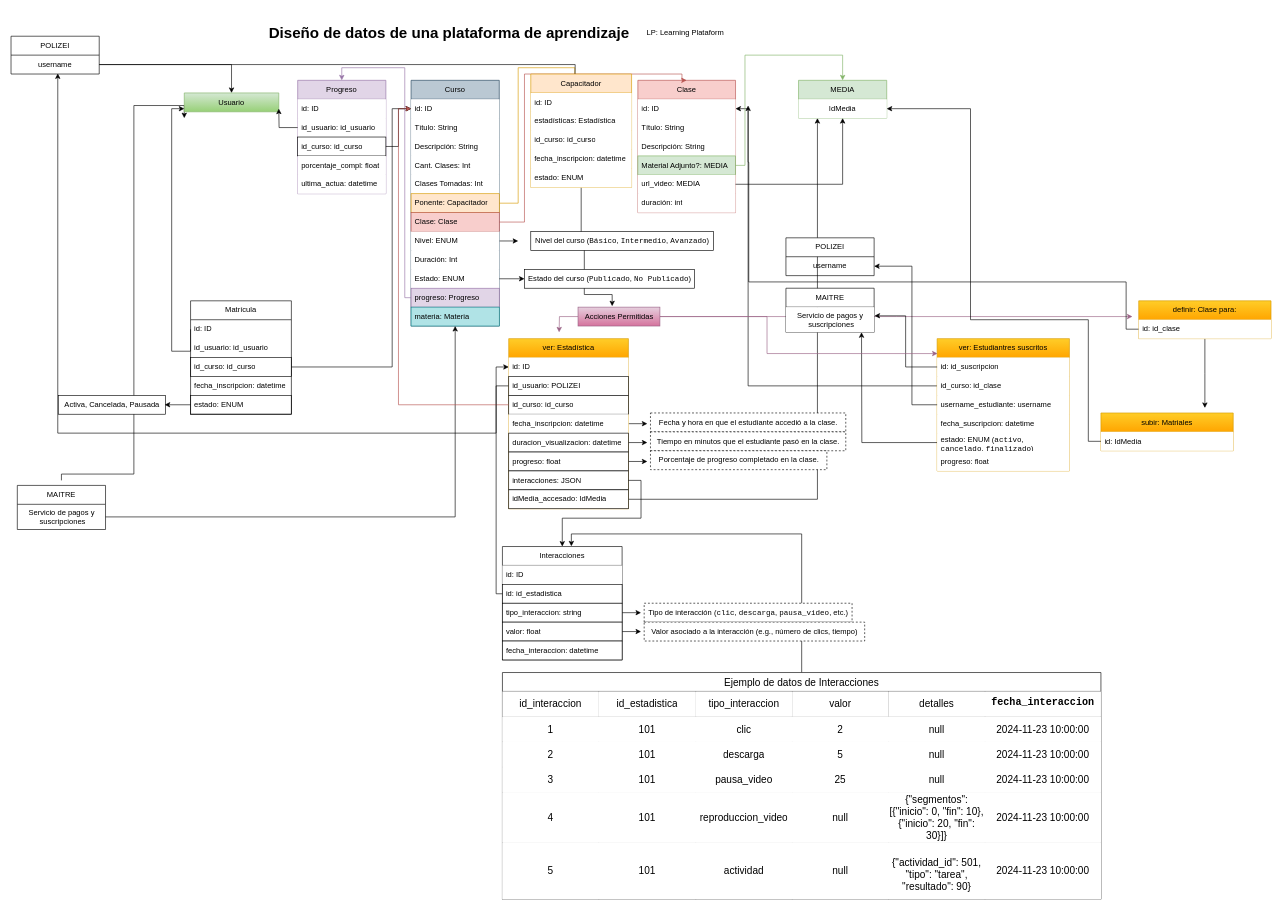
Before: Diagrama sin título.drawio in dacaza3812/3, a draw.io diagram. Source tidied: cells renumbered, new cells numbered last; positions are measured from the earlier drawing's top-left corner, leaving out a move shared by most shapes. Both pictures are drawn from the tidied source at 63%, with x=0, y=0 at pixel (11, 11).
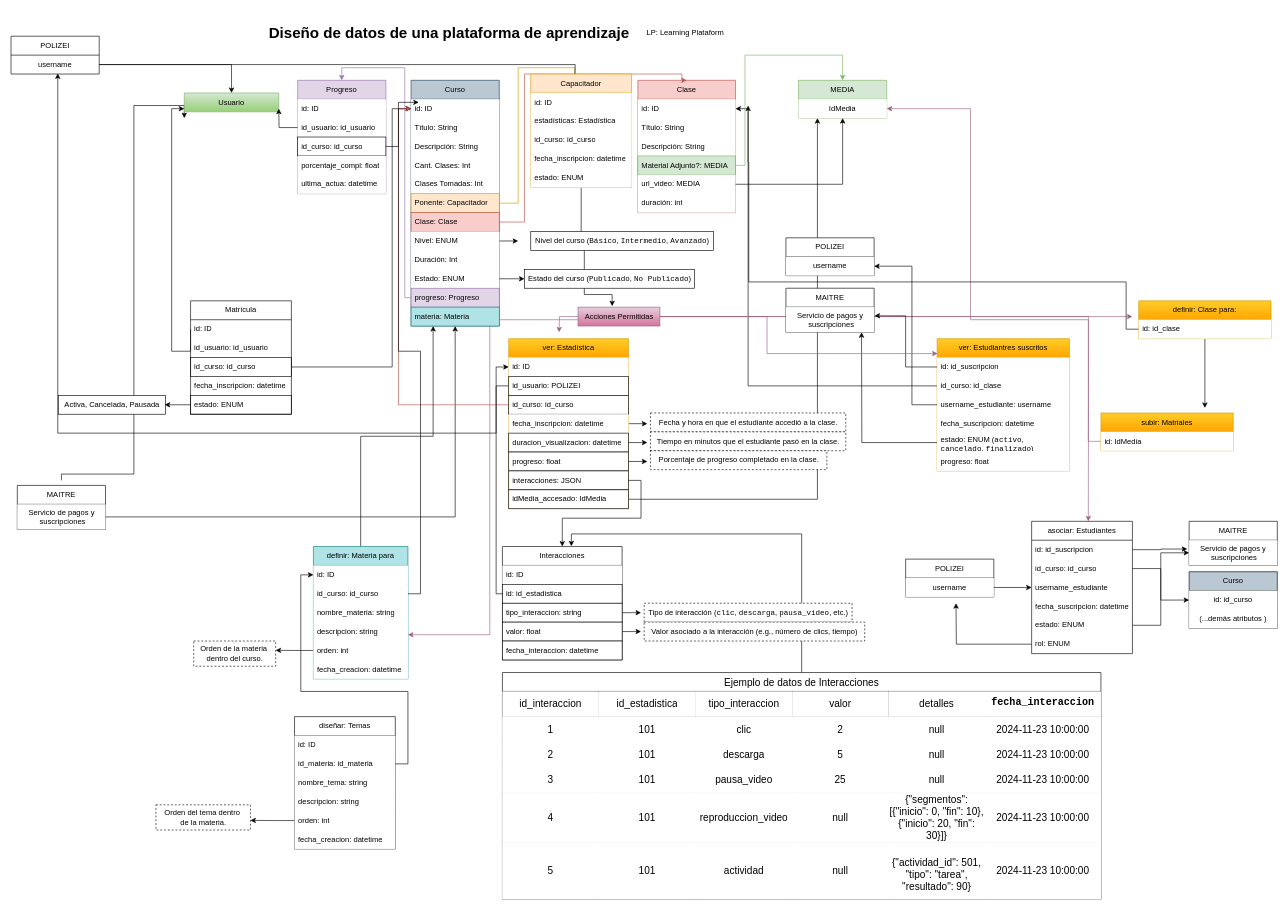
Above is the later version.

The change refers to these unchanged cells:
```xml
<mxCell id="9" value="Curso" style="swimlane;fontStyle=0;horizontal=1;startSize=30;whiteSpace=wrap;html=1;fillColor=#bac8d3;strokeColor=#23445d;" parent="1" vertex="1">
  <mxGeometry x="635" y="110" width="140" height="390" as="geometry" />
</mxCell>
<mxCell id="10" value="id: ID" style="text;strokeColor=none;fillColor=default;align=left;verticalAlign=middle;spacingLeft=4;spacingRight=4;overflow=hidden;points=[[0,0.5],[1,0.5]];portConstraint=eastwest;whiteSpace=wrap;html=1;" parent="9" vertex="1">
  <mxGeometry y="30" width="140" height="30" as="geometry" />
</mxCell>
<mxCell id="33" value="MEDIA" style="swimlane;fontStyle=0;horizontal=1;startSize=30;whiteSpace=wrap;html=1;fillColor=#d5e8d4;strokeColor=#82b366;" parent="1" vertex="1">
  <mxGeometry x="1250" y="110" width="140" height="60" as="geometry" />
</mxCell>
<mxCell id="64" value="MAITRE" style="swimlane;fontStyle=0;horizontal=1;startSize=30;whiteSpace=wrap;html=1;" parent="1" vertex="1">
  <mxGeometry x="10" y="753" width="140" height="70" as="geometry" />
</mxCell>
<mxCell id="146" value="Acciones Permitidas" style="text;html=1;align=center;verticalAlign=middle;points=[];strokeColor=#996185;fillColor=#e6d0de;gradientColor=#d5739d;" parent="1" vertex="1">
  <mxGeometry x="900" y="470" width="130" height="30" as="geometry" />
</mxCell>
<mxCell id="158" value="POLIZEI" style="swimlane;fontStyle=0;horizontal=1;startSize=30;whiteSpace=wrap;html=1;" parent="1" vertex="1">
  <mxGeometry x="1230" y="360" width="140" height="60" as="geometry" />
</mxCell>
<mxCell id="163" value="id: IdMedia" style="text;strokeColor=none;fillColor=default;align=left;verticalAlign=middle;spacingLeft=4;spacingRight=4;overflow=hidden;points=[[0,0.5],[1,0.5]];portConstraint=eastwest;whiteSpace=wrap;html=1;" parent="162" vertex="1">
  <mxGeometry y="30" width="210" height="30" as="geometry" />
</mxCell>
```

The edit, as a diff of the source:
```diff
@@
+    <mxCell id="170" style="edgeStyle=orthogonalEdgeStyle;rounded=0;orthogonalLoop=1;jettySize=auto;html=1;strokeColor=#996185;" parent="1" edge="1">
+      <mxGeometry relative="1" as="geometry">
+        <mxPoint x="900" y="490" as="sourcePoint" />
+        <mxPoint x="630" y="990" as="targetPoint" />
+        <Array as="points">
+          <mxPoint x="760" y="489.9" />
+          <mxPoint x="760" y="989.9" />
+        </Array>
+      </mxGeometry>
+    </mxCell>
@@
-    <mxCell id="65" value="Servicio de pagos y&lt;div&gt;&amp;nbsp;suscripciones&lt;/div&gt;" style="text;html=1;align=center;verticalAlign=middle;points=[];strokeColor=none;fillColor=none;" parent="64" vertex="1">
+    <mxCell id="65" value="Servicio de pagos y&lt;div&gt;&amp;nbsp;suscripciones&lt;/div&gt;" style="text;html=1;align=center;verticalAlign=middle;points=[];strokeColor=none;fillColor=default;" parent="64" vertex="1">
       <mxGeometry y="30" width="140" height="40" as="geometry" />
     </mxCell>
@@
+    <mxCell id="171" style="edgeStyle=orthogonalEdgeStyle;rounded=0;jettySize=auto;html=1;strokeColor=#996185;" parent="1" edge="1" source="146">
+      <mxGeometry relative="1" as="geometry">
+        <mxPoint x="1710" y="810" as="targetPoint" />
+      </mxGeometry>
+    </mxCell>
@@
-    <mxCell id="159" value="username" style="text;strokeColor=none;fillColor=none;align=center;verticalAlign=middle;spacingLeft=4;spacingRight=4;overflow=hidden;points=[[0,0.5],[1,0.5]];portConstraint=eastwest;whiteSpace=wrap;html=1;" parent="158" vertex="1">
+    <mxCell id="159" value="username" style="text;strokeColor=none;fillColor=default;align=center;verticalAlign=middle;spacingLeft=4;spacingRight=4;overflow=hidden;points=[[0,0.5],[1,0.5]];portConstraint=eastwest;whiteSpace=wrap;html=1;" parent="158" vertex="1">
       <mxGeometry y="30" width="140" height="30" as="geometry" />
     </mxCell>
@@
-    <mxCell id="164" style="edgeStyle=orthogonalEdgeStyle;rounded=0;jettySize=auto;html=1;exitX=0;exitY=0.5;exitDx=0;exitDy=0;entryX=1;entryY=0.75;entryDx=0;entryDy=0;" parent="1" edge="1" source="163" target="33">
+    <mxCell id="164" style="edgeStyle=orthogonalEdgeStyle;rounded=0;jettySize=auto;html=1;exitX=0;exitY=0.5;exitDx=0;exitDy=0;entryX=1;entryY=0.75;entryDx=0;entryDy=0;strokeColor=#996185;" parent="1" edge="1" source="163" target="33">
       <mxGeometry relative="1" as="geometry">
         <Array as="points">
           <mxPoint x="1710" y="683" />
           <mxPoint x="1710" y="490" />
           <mxPoint x="1523" y="490" />
           <mxPoint x="1523" y="155" />
         </Array>
       </mxGeometry>
     </mxCell>
@@
+    <mxCell id="172" style="edgeStyle=orthogonalEdgeStyle;rounded=0;jettySize=auto;html=1;exitX=0.5;exitY=0;exitDx=0;exitDy=0;entryX=0.25;entryY=1;entryDx=0;entryDy=0;" parent="1" edge="1" source="173" target="9">
+      <mxGeometry relative="1" as="geometry" />
+    </mxCell>
+    <mxCell id="173" value="definir: Materia para" style="swimlane;fontStyle=0;horizontal=1;startSize=30;whiteSpace=wrap;html=1;fillColor=#b0e3e6;strokeColor=#0e8088;" parent="1" vertex="1">
+      <mxGeometry x="480" y="850" width="150" height="210" as="geometry" />
+    </mxCell>
+    <mxCell id="174" value="id: ID" style="text;strokeColor=none;fillColor=default;align=left;verticalAlign=middle;spacingLeft=4;spacingRight=4;overflow=hidden;points=[[0,0.5],[1,0.5]];portConstraint=eastwest;whiteSpace=wrap;html=1;" parent="173" vertex="1">
+      <mxGeometry y="30" width="150" height="30" as="geometry" />
+    </mxCell>
+    <mxCell id="175" value="id_curso: id_curso" style="text;strokeColor=none;fillColor=default;align=left;verticalAlign=middle;spacingLeft=4;spacingRight=4;overflow=hidden;points=[[0,0.5],[1,0.5]];portConstraint=eastwest;whiteSpace=wrap;html=1;" parent="173" vertex="1">
+      <mxGeometry y="60" width="150" height="30" as="geometry" />
+    </mxCell>
+    <mxCell id="176" value="nombre_materia: string" style="text;strokeColor=none;fillColor=default;align=left;verticalAlign=middle;spacingLeft=4;spacingRight=4;overflow=hidden;whiteSpace=wrap;html=1;" parent="173" vertex="1">
+      <mxGeometry y="90" width="150" height="30" as="geometry" />
+    </mxCell>
+    <mxCell id="177" value="descripcion: string" style="text;strokeColor=none;fillColor=default;align=left;verticalAlign=middle;spacingLeft=4;spacingRight=4;overflow=hidden;whiteSpace=wrap;html=1;" parent="173" vertex="1">
+      <mxGeometry y="120" width="150" height="30" as="geometry" />
+    </mxCell>
+    <mxCell id="178" style="edgeStyle=orthogonalEdgeStyle;rounded=0;jettySize=auto;html=1;exitX=0;exitY=0.5;exitDx=0;exitDy=0;" parent="173" edge="1" source="179">
+      <mxGeometry relative="1" as="geometry">
+        <mxPoint x="-60" y="164.7" as="targetPoint" />
+      </mxGeometry>
+    </mxCell>
+    <mxCell id="179" value="orden: int" style="text;strokeColor=none;fillColor=default;align=left;verticalAlign=middle;spacingLeft=4;spacingRight=4;overflow=hidden;points=[[0,0.5],[1,0.5]];portConstraint=eastwest;whiteSpace=wrap;html=1;" parent="173" vertex="1">
+      <mxGeometry y="150" width="150" height="30" as="geometry" />
+    </mxCell>
+    <mxCell id="180" value="fecha_creacion: datetime" style="text;strokeColor=none;fillColor=default;align=left;verticalAlign=middle;spacingLeft=4;spacingRight=4;overflow=hidden;whiteSpace=wrap;html=1;" parent="173" vertex="1">
+      <mxGeometry y="180" width="150" height="30" as="geometry" />
+    </mxCell>
+    <mxCell id="181" style="edgeStyle=orthogonalEdgeStyle;rounded=0;jettySize=auto;html=1;exitX=1;exitY=0.5;exitDx=0;exitDy=0;entryX=0.087;entryY=0.165;entryDx=0;entryDy=0;entryPerimeter=0;" parent="1" edge="1" source="175" target="10">
+      <mxGeometry relative="1" as="geometry" />
+    </mxCell>
+    <mxCell id="182" value="Orden de la materia&amp;nbsp;&lt;div&gt;dentro del curso.&lt;/div&gt;" style="text;html=1;align=center;verticalAlign=middle;strokeColor=default;fillColor=default;dashed=1;" parent="1" vertex="1">
+      <mxGeometry x="290" y="1000" width="130" height="40" as="geometry" />
+    </mxCell>
+    <mxCell id="183" value="diseñar: Temas" style="swimlane;fontStyle=0;horizontal=1;startSize=30;whiteSpace=wrap;html=1;" parent="1" vertex="1">
+      <mxGeometry x="450" y="1120" width="160" height="210" as="geometry" />
+    </mxCell>
+    <mxCell id="184" value="id: ID" style="text;strokeColor=none;fillColor=default;align=left;verticalAlign=middle;spacingLeft=4;spacingRight=4;overflow=hidden;whiteSpace=wrap;html=1;" parent="183" vertex="1">
+      <mxGeometry y="30" width="160" height="30" as="geometry" />
+    </mxCell>
+    <mxCell id="185" value="id_materia:&amp;nbsp;id_materia" style="text;strokeColor=none;fillColor=default;align=left;verticalAlign=middle;spacingLeft=4;spacingRight=4;overflow=hidden;points=[[0,0.5],[1,0.5]];portConstraint=eastwest;whiteSpace=wrap;html=1;" parent="183" vertex="1">
+      <mxGeometry y="60" width="160" height="30" as="geometry" />
+    </mxCell>
+    <mxCell id="186" value="nombre_tema: string" style="text;strokeColor=none;fillColor=default;align=left;verticalAlign=middle;spacingLeft=4;spacingRight=4;overflow=hidden;whiteSpace=wrap;html=1;" parent="183" vertex="1">
+      <mxGeometry y="90" width="160" height="30" as="geometry" />
+    </mxCell>
+    <mxCell id="187" value="descripcion: string" style="text;strokeColor=none;fillColor=default;align=left;verticalAlign=middle;spacingLeft=4;spacingRight=4;overflow=hidden;whiteSpace=wrap;html=1;" parent="183" vertex="1">
+      <mxGeometry y="120" width="160" height="30" as="geometry" />
+    </mxCell>
+    <mxCell id="188" style="edgeStyle=orthogonalEdgeStyle;rounded=0;jettySize=auto;html=1;exitX=0;exitY=0.5;exitDx=0;exitDy=0;" parent="183" edge="1" source="189">
+      <mxGeometry relative="1" as="geometry">
+        <mxPoint x="-70" y="164.7" as="targetPoint" />
+      </mxGeometry>
+    </mxCell>
+    <mxCell id="189" value="orden: int" style="text;strokeColor=none;fillColor=default;align=left;verticalAlign=middle;spacingLeft=4;spacingRight=4;overflow=hidden;points=[[0,0.5],[1,0.5]];portConstraint=eastwest;whiteSpace=wrap;html=1;" parent="183" vertex="1">
+      <mxGeometry y="150" width="160" height="30" as="geometry" />
+    </mxCell>
+    <mxCell id="190" value="fecha_creacion: datetime" style="text;strokeColor=none;fillColor=default;align=left;verticalAlign=middle;spacingLeft=4;spacingRight=4;overflow=hidden;whiteSpace=wrap;html=1;" parent="183" vertex="1">
+      <mxGeometry y="180" width="160" height="30" as="geometry" />
+    </mxCell>
+    <mxCell id="191" style="edgeStyle=orthogonalEdgeStyle;rounded=0;jettySize=auto;html=1;entryX=0;entryY=0.5;entryDx=0;entryDy=0;" parent="1" edge="1" source="185" target="174">
+      <mxGeometry relative="1" as="geometry">
+        <Array as="points">
+          <mxPoint x="630" y="1195" />
+          <mxPoint x="630" y="1080" />
+          <mxPoint x="460" y="1080" />
+          <mxPoint x="460" y="895" />
+        </Array>
+      </mxGeometry>
+    </mxCell>
+    <mxCell id="192" value="Orden del tema dentro&amp;nbsp;&lt;div&gt;de la materia.&lt;/div&gt;" style="text;html=1;align=center;verticalAlign=middle;strokeColor=default;fillColor=default;dashed=1;" parent="1" vertex="1">
+      <mxGeometry x="230" y="1260" width="150" height="40" as="geometry" />
+    </mxCell>
+    <mxCell id="193" value="asociar: Estudiantes" style="swimlane;fontStyle=0;horizontal=1;startSize=30;whiteSpace=wrap;html=1;" parent="1" vertex="1">
+      <mxGeometry x="1620" y="810" width="160" height="210" as="geometry" />
+    </mxCell>
+    <mxCell id="194" value="id:&amp;nbsp;id_suscripcion" style="text;strokeColor=none;fillColor=none;align=left;verticalAlign=middle;spacingLeft=4;spacingRight=4;overflow=hidden;points=[[0,0.5],[1,0.5]];portConstraint=eastwest;whiteSpace=wrap;html=1;" parent="193" vertex="1">
+      <mxGeometry y="30" width="160" height="30" as="geometry" />
+    </mxCell>
+    <mxCell id="195" value="id_curso:&amp;nbsp;id_curso" style="text;strokeColor=none;fillColor=none;align=left;verticalAlign=middle;spacingLeft=4;spacingRight=4;overflow=hidden;points=[[0,0.5],[1,0.5]];portConstraint=eastwest;whiteSpace=wrap;html=1;" parent="193" vertex="1">
+      <mxGeometry y="60" width="160" height="30" as="geometry" />
+    </mxCell>
+    <mxCell id="196" value="username_estudiante" style="text;strokeColor=none;fillColor=none;align=left;verticalAlign=middle;spacingLeft=4;spacingRight=4;overflow=hidden;points=[[0,0.5],[1,0.5]];portConstraint=eastwest;whiteSpace=wrap;html=1;" parent="193" vertex="1">
+      <mxGeometry y="90" width="160" height="30" as="geometry" />
+    </mxCell>
+    <mxCell id="197" value="fecha_suscripcion: datetime" style="text;strokeColor=none;fillColor=none;align=left;verticalAlign=middle;spacingLeft=4;spacingRight=4;overflow=hidden;whiteSpace=wrap;html=1;" parent="193" vertex="1">
+      <mxGeometry y="120" width="160" height="30" as="geometry" />
+    </mxCell>
+    <mxCell id="198" value="estado: ENUM" style="text;strokeColor=none;fillColor=none;align=left;verticalAlign=middle;spacingLeft=4;spacingRight=4;overflow=hidden;points=[[0,0.5],[1,0.5]];portConstraint=eastwest;whiteSpace=wrap;html=1;" parent="193" vertex="1">
+      <mxGeometry y="150" width="160" height="30" as="geometry" />
+    </mxCell>
+    <mxCell id="199" style="edgeStyle=orthogonalEdgeStyle;rounded=0;jettySize=auto;html=1;" parent="193" edge="1" source="200">
+      <mxGeometry relative="1" as="geometry">
+        <mxPoint x="-120" y="130" as="targetPoint" />
+      </mxGeometry>
+    </mxCell>
+    <mxCell id="200" value="rol: ENUM" style="text;strokeColor=none;fillColor=none;align=left;verticalAlign=middle;spacingLeft=4;spacingRight=4;overflow=hidden;points=[[0,0.5],[1,0.5]];portConstraint=eastwest;whiteSpace=wrap;html=1;" parent="193" vertex="1">
+      <mxGeometry y="180" width="160" height="30" as="geometry" />
+    </mxCell>
+    <mxCell id="201" value="MAITRE" style="swimlane;fontStyle=0;horizontal=1;startSize=30;whiteSpace=wrap;html=1;" parent="1" vertex="1">
+      <mxGeometry x="1870" y="810" width="140" height="70" as="geometry" />
+    </mxCell>
+    <mxCell id="202" value="&lt;span style=&quot;text-wrap-mode: nowrap;&quot;&gt;Servicio de pagos y&lt;/span&gt;&lt;div style=&quot;text-wrap-mode: nowrap;&quot;&gt;&amp;nbsp;suscripciones&lt;/div&gt;" style="text;strokeColor=none;fillColor=default;align=center;verticalAlign=middle;spacingLeft=4;spacingRight=4;overflow=hidden;points=[[0,0.5],[1,0.5]];portConstraint=eastwest;whiteSpace=wrap;html=1;" parent="201" vertex="1">
+      <mxGeometry y="30" width="140" height="40" as="geometry" />
+    </mxCell>
+    <mxCell id="203" value="Curso" style="swimlane;fontStyle=0;horizontal=1;startSize=30;whiteSpace=wrap;html=1;fillColor=#BAC8D3;" parent="1" vertex="1">
+      <mxGeometry x="1870" y="890" width="140" height="90" as="geometry" />
+    </mxCell>
+    <mxCell id="204" value="id: id_curso" style="text;strokeColor=none;fillColor=default;align=center;verticalAlign=middle;spacingLeft=4;spacingRight=4;overflow=hidden;whiteSpace=wrap;html=1;" parent="203" vertex="1">
+      <mxGeometry y="30" width="140" height="30" as="geometry" />
+    </mxCell>
+    <mxCell id="205" value="(...demás atributos )" style="text;strokeColor=none;fillColor=default;align=center;verticalAlign=middle;spacingLeft=4;spacingRight=4;overflow=hidden;whiteSpace=wrap;html=1;" parent="203" vertex="1">
+      <mxGeometry y="60" width="140" height="30" as="geometry" />
+    </mxCell>
+    <mxCell id="206" style="edgeStyle=orthogonalEdgeStyle;rounded=0;jettySize=auto;html=1;entryX=0;entryY=0.5;entryDx=0;entryDy=0;" parent="1" edge="1" source="195" target="203">
+      <mxGeometry relative="1" as="geometry" />
+    </mxCell>
+    <mxCell id="207" value="POLIZEI" style="swimlane;fontStyle=0;horizontal=1;startSize=30;whiteSpace=wrap;html=1;" parent="1" vertex="1">
+      <mxGeometry x="1420" y="870" width="140" height="60" as="geometry" />
+    </mxCell>
+    <mxCell id="208" value="username" style="text;strokeColor=none;fillColor=default;align=center;verticalAlign=middle;spacingLeft=4;spacingRight=4;overflow=hidden;points=[[0,0.5],[1,0.5]];portConstraint=eastwest;whiteSpace=wrap;html=1;" parent="207" vertex="1">
+      <mxGeometry y="30" width="140" height="30" as="geometry" />
+    </mxCell>
+    <mxCell id="209" style="edgeStyle=orthogonalEdgeStyle;rounded=0;jettySize=auto;html=1;exitX=1;exitY=0.5;exitDx=0;exitDy=0;entryX=0;entryY=0.5;entryDx=0;entryDy=0;" parent="1" edge="1" source="208" target="196">
+      <mxGeometry relative="1" as="geometry" />
+    </mxCell>
+    <mxCell id="210" style="edgeStyle=orthogonalEdgeStyle;rounded=0;jettySize=auto;html=1;exitX=1;exitY=0.5;exitDx=0;exitDy=0;entryX=-0.021;entryY=0.35;entryDx=0;entryDy=0;entryPerimeter=0;" parent="1" edge="1" source="194" target="202">
+      <mxGeometry relative="1" as="geometry" />
+    </mxCell>
+    <mxCell id="211" style="edgeStyle=orthogonalEdgeStyle;rounded=0;jettySize=auto;html=1;entryX=0;entryY=0.5;entryDx=0;entryDy=0;" parent="1" edge="1" source="198" target="202">
+      <mxGeometry relative="1" as="geometry" />
+    </mxCell>
```
